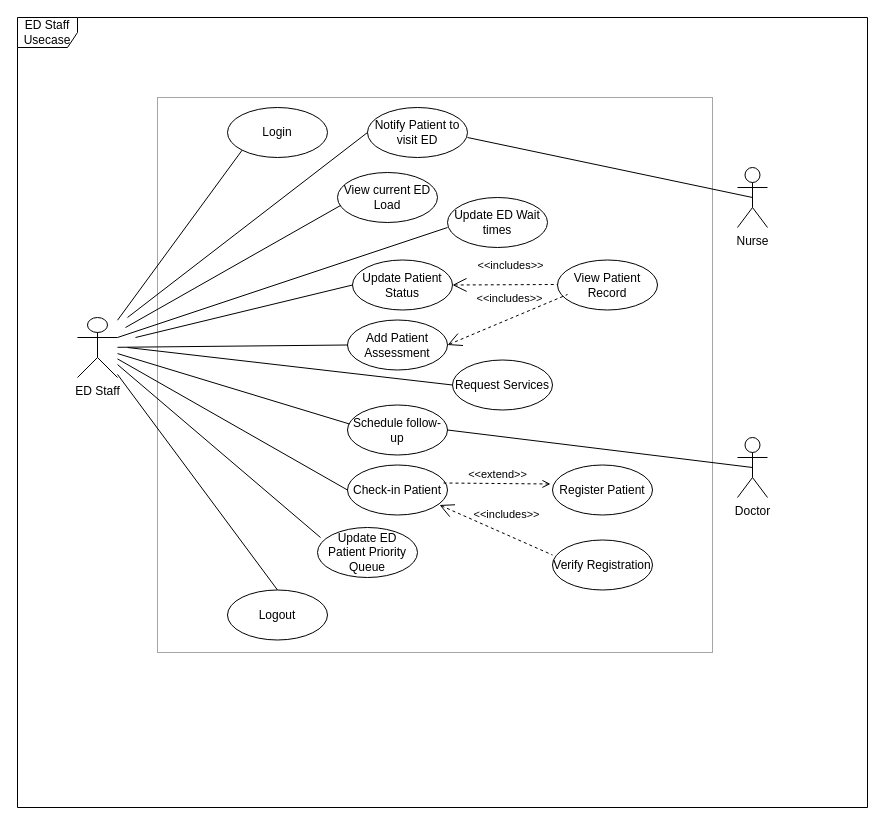
Above: Project Milestone 1/Usecase_Diagram_ED_Staff.drawio in SENG-350-2024-fall/Team-6 (draw.io), before the change. Source tidied: cells renumbered, new cells numbered last; positions are measured from the earlier drawing's top-left corner, leaving out a move shared by most shapes. Both pictures are drawn from the tidied source at 100%, with x=0, y=0 at pixel (17, 17).
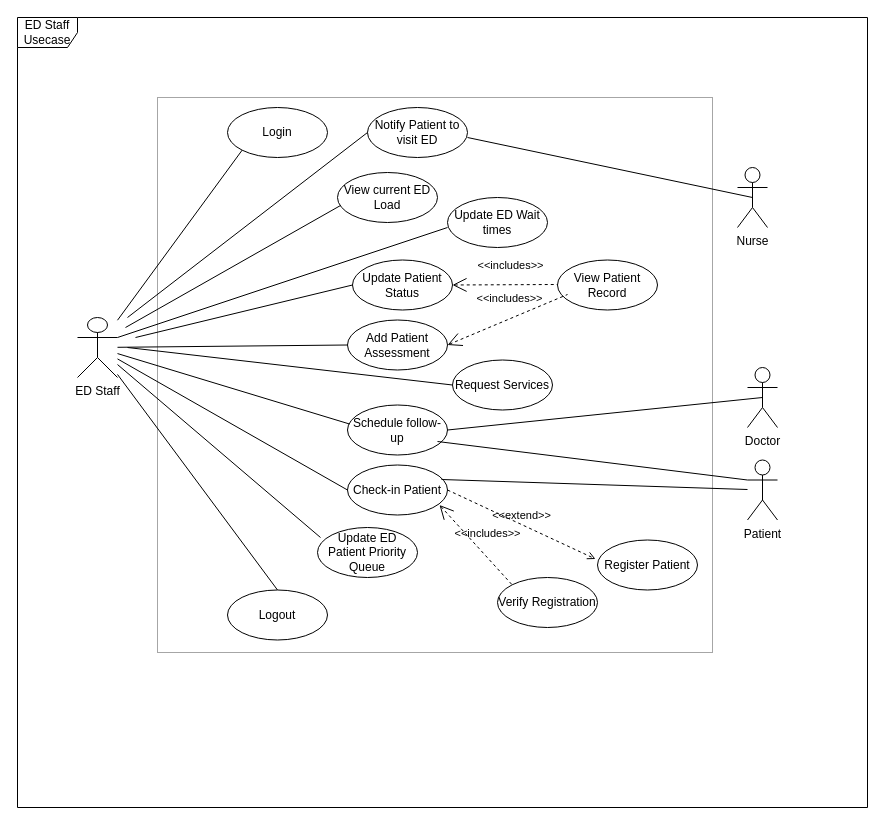
After the change.

The change refers to these unchanged cells:
```xml
<mxCell id="11" value="Check-in Patient" style="ellipse;whiteSpace=wrap;html=1;" parent="1" vertex="1">
  <mxGeometry x="330" y="447.5" width="100" height="50" as="geometry" />
</mxCell>
<mxCell id="19" value="Schedule follow-up" style="ellipse;whiteSpace=wrap;html=1;" parent="1" vertex="1">
  <mxGeometry x="330" y="387.5" width="100" height="50" as="geometry" />
</mxCell>
```

Change to the diagram source:
```diff
@@
     <mxCell id="12" value="Register Patient" style="ellipse;whiteSpace=wrap;html=1;" parent="1" vertex="1">
-      <mxGeometry x="535" y="447.5" width="100" height="50" as="geometry" />
+      <mxGeometry x="580" y="522.5" width="100" height="50" as="geometry" />
     </mxCell>
     <mxCell id="13" value="Verify Registration" style="ellipse;whiteSpace=wrap;html=1;" parent="1" vertex="1">
-      <mxGeometry x="535" y="522.5" width="100" height="50" as="geometry" />
+      <mxGeometry x="480" y="560" width="100" height="50" as="geometry" />
     </mxCell>
-    <mxCell id="14" value="&amp;lt;&amp;lt;includes&amp;gt;&amp;gt;" style="edgeStyle=none;html=1;startArrow=open;endArrow=none;startSize=12;verticalAlign=bottom;dashed=1;labelBackgroundColor=none;rounded=0;exitX=0.92;exitY=0.8;exitDx=0;exitDy=0;exitPerimeter=0;" parent="1" edge="1" source="11">
-      <mxGeometry x="0.11" y="10" relative="1" as="geometry">
-        <mxPoint x="535" y="537.5" as="targetPoint" />
-      </mxGeometry>
+    <mxCell id="14" value="&amp;lt;&amp;lt;includes&amp;gt;&amp;gt;" style="edgeStyle=none;html=1;startArrow=open;endArrow=none;startSize=12;verticalAlign=bottom;dashed=1;labelBackgroundColor=none;rounded=0;exitX=0.92;exitY=0.8;exitDx=0;exitDy=0;exitPerimeter=0;entryX=0;entryY=0;entryDx=0;entryDy=0;" parent="1" edge="1" source="11" target="13">
+      <mxGeometry x="0.11" y="10" relative="1" as="geometry" />
     </mxCell>
@@
-    <mxCell id="17" value="&amp;lt;&amp;lt;extend&amp;gt;&amp;gt;" style="html=1;verticalAlign=bottom;labelBackgroundColor=none;endArrow=open;endFill=0;dashed=1;rounded=0;exitX=0.96;exitY=0.36;exitDx=0;exitDy=0;exitPerimeter=0;entryX=-0.02;entryY=0.38;entryDx=0;entryDy=0;entryPerimeter=0;" parent="1" edge="1" source="11" target="12">
+    <mxCell id="17" value="&amp;lt;&amp;lt;extend&amp;gt;&amp;gt;" style="html=1;verticalAlign=bottom;labelBackgroundColor=none;endArrow=open;endFill=0;dashed=1;rounded=0;entryX=-0.02;entryY=0.38;entryDx=0;entryDy=0;entryPerimeter=0;exitX=1;exitY=0.5;exitDx=0;exitDy=0;" parent="1" edge="1" source="11" target="12">
       <mxGeometry relative="1" as="geometry" />
     </mxCell>
@@
     <mxCell id="28" value="Doctor" style="shape=umlActor;verticalLabelPosition=bottom;verticalAlign=top;html=1;outlineConnect=0;" parent="1" vertex="1">
-      <mxGeometry x="720" y="420" width="30" height="60" as="geometry" />
+      <mxGeometry x="730" y="350" width="30" height="60" as="geometry" />
     </mxCell>
@@
+    <mxCell id="38" value="Patient" style="shape=umlActor;verticalLabelPosition=bottom;verticalAlign=top;html=1;outlineConnect=0;" parent="1" vertex="1">
+      <mxGeometry x="730" y="442.5" width="30" height="60" as="geometry" />
+    </mxCell>
+    <mxCell id="39" style="endArrow=none;html=1;rounded=0;exitX=0.94;exitY=0.29;exitDx=0;exitDy=0;exitPerimeter=0;" parent="1" edge="1" source="11" target="38">
+      <mxGeometry relative="1" as="geometry" />
+    </mxCell>
+    <mxCell id="40" style="endArrow=none;html=1;rounded=0;entryX=0;entryY=0.3333333333333333;entryDx=0;entryDy=0;entryPerimeter=0;exitX=0.9;exitY=0.73;exitDx=0;exitDy=0;exitPerimeter=0;" parent="1" edge="1" source="19" target="38">
+      <mxGeometry relative="1" as="geometry" />
+    </mxCell>
```
